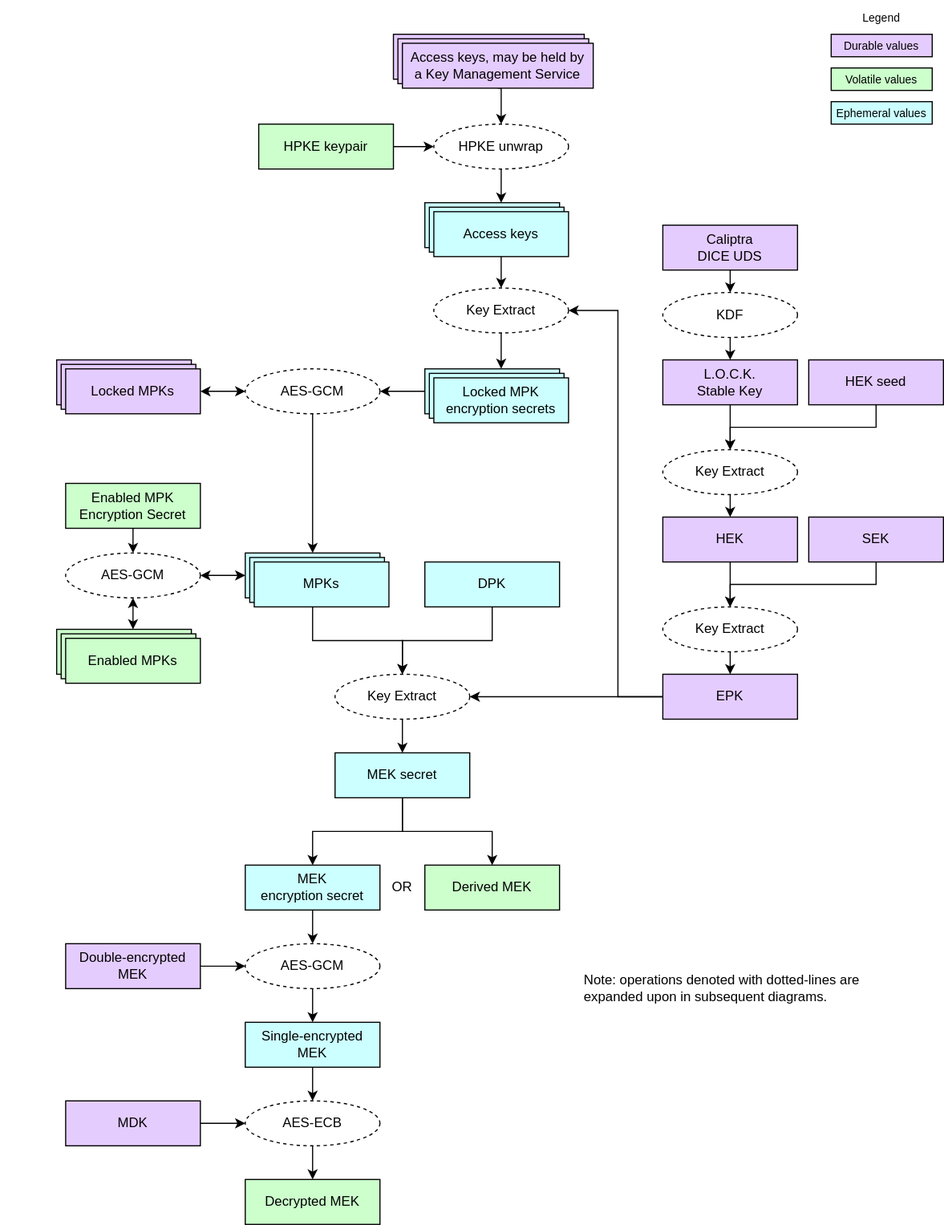
Before: doc/ocp_lock/diagrams/key_hierarchy.drawio.svg, a diagram exported from draw.io (chipsalliance/Caliptra). Source tidied: cells renumbered, new cells last; positions are measured from the earlier drawing's top-left corner, leaving out a move shared by most shapes.
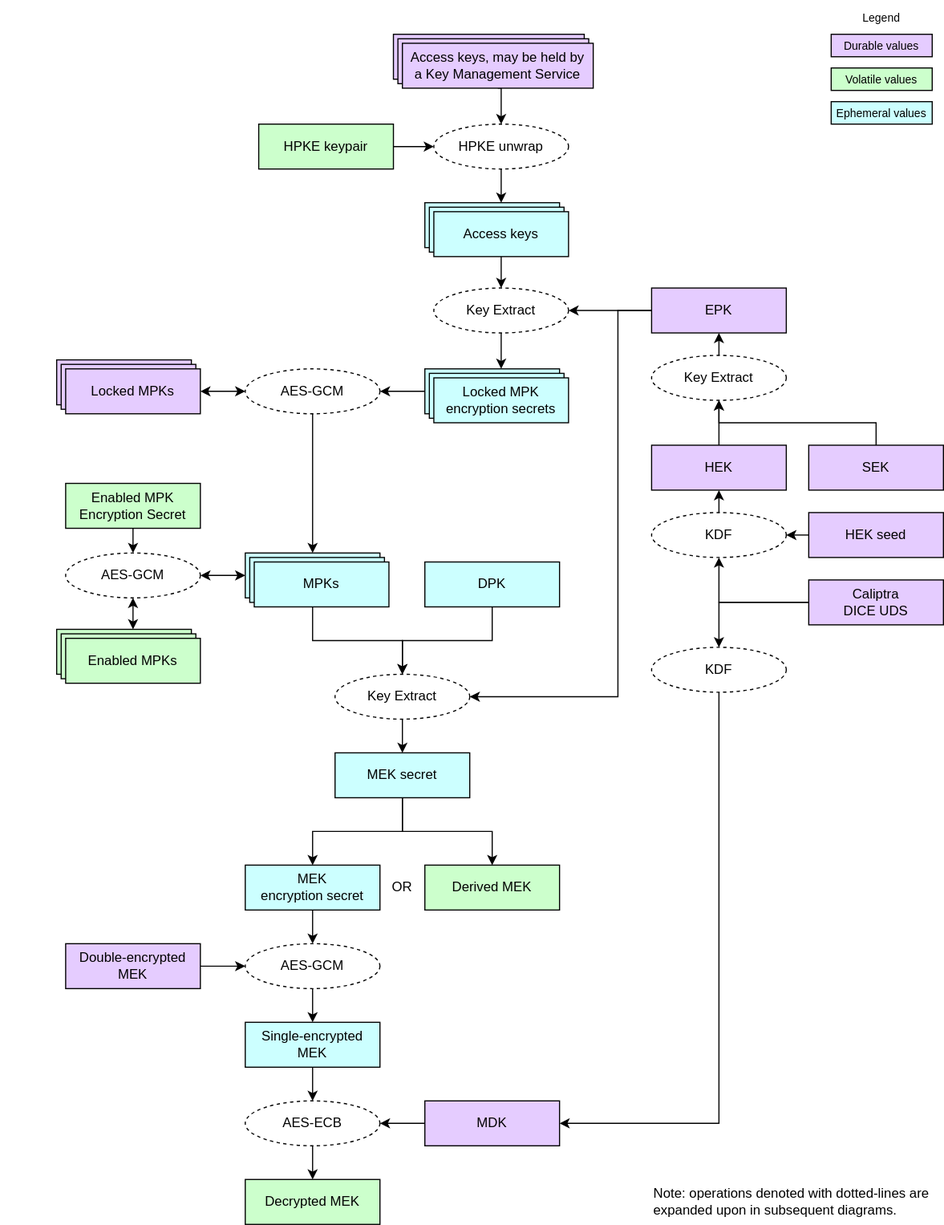
Later version of the same file.

Commit message:
Fix key hierarchy diagram to align with latest changes. (#473)

The edit, as a diff of the source:
```diff
@@ -14,11 +14,11 @@
     <mxCell id="5" value="&lt;div&gt;&lt;font color=&quot;#000000&quot;&gt;Access keys, may be held by Key Management Service&lt;/font&gt;&lt;/div&gt;" style="rounded=0;whiteSpace=wrap;html=1;align=center;verticalAlign=middle;shadow=0;glass=0;spacingLeft=0;spacingBottom=0;spacingTop=0;fillColor=#E5CCFF;" parent="1" vertex="1">
       <mxGeometry x="354" y="34" width="170" height="40" as="geometry" />
     </mxCell>
-    <mxCell id="6" style="edgeStyle=orthogonalEdgeStyle;html=1;exitX=0.5;exitY=1;exitDx=0;exitDy=0;entryX=0.5;entryY=0;entryDx=0;entryDy=0;rounded=0;" parent="1" edge="1" source="7" target="66">
-      <mxGeometry relative="1" as="geometry" />
-    </mxCell>
+    <mxCell id="85" style="edgeStyle=orthogonalEdgeStyle;html=1;exitX=0.5;exitY=0;exitDx=0;exitDy=0;entryX=0.5;entryY=1;entryDx=0;entryDy=0;rounded=0;" parent="1" edge="1" source="7" target="95">
+      <mxGeometry relative="1" as="geometry" />
+    </mxCell>
     <mxCell id="7" value="SEK" style="rounded=0;whiteSpace=wrap;html=1;align=center;verticalAlign=middle;shadow=0;glass=0;spacingLeft=0;spacingBottom=0;spacingTop=0;fillColor=#E5CCFF;" parent="1" vertex="1">
-      <mxGeometry x="720" y="460" width="120" height="40" as="geometry" />
+      <mxGeometry x="720" y="396" width="120" height="40" as="geometry" />
     </mxCell>
     <mxCell id="8" style="rounded=0;whiteSpace=wrap;html=1;align=center;verticalAlign=middle;shadow=0;glass=0;spacingLeft=0;spacingBottom=0;spacingTop=0;fillColor=#CCFFFF;" parent="1" vertex="1">
       <mxGeometry x="382" y="332" width="120" height="40" as="geometry" />
@@ -116,7 +116,7 @@
       <mxGeometry x="386" y="336" width="120" height="40" as="geometry" />
     </mxCell>
     <mxCell id="37" value="&lt;div&gt;&lt;span style=&quot;color: rgb(0, 0, 0);&quot;&gt;Note: operations denoted with dotted-lines are expanded upon in subsequent diagrams.&lt;/span&gt;&lt;span style=&quot;background-color: transparent;&quot;&gt;&lt;/span&gt;&lt;/div&gt;" style="text;strokeColor=none;align=left;fillColor=none;html=1;verticalAlign=middle;whiteSpace=wrap;rounded=0;" parent="1" vertex="1">
-      <mxGeometry x="518" y="860" width="260" height="40" as="geometry" />
+      <mxGeometry x="580" y="1050" width="260" height="40" as="geometry" />
     </mxCell>
     <mxCell id="38" value="&lt;div&gt;&lt;font color=&quot;#000000&quot;&gt;Derived MEK&lt;/font&gt;&lt;/div&gt;" style="rounded=0;whiteSpace=wrap;html=1;align=center;verticalAlign=middle;shadow=0;glass=0;spacingLeft=0;spacingBottom=0;spacingTop=0;fillColor=#CCFFCC;" parent="1" vertex="1">
       <mxGeometry x="378" y="770" width="120" height="40" as="geometry" />
@@ -139,12 +139,6 @@
     <mxCell id="44" style="endArrow=classic;html=1;exitX=0.5;exitY=1;exitDx=0;exitDy=0;entryX=0.5;entryY=0;entryDx=0;entryDy=0;endSize=6;startSize=6;" parent="1" edge="1" source="43" target="41">
       <mxGeometry relative="1" as="geometry" />
     </mxCell>
-    <mxCell id="45" style="edgeStyle=orthogonalEdgeStyle;html=1;exitX=0.5;exitY=1;exitDx=0;exitDy=0;entryX=0.5;entryY=0;entryDx=0;entryDy=0;rounded=0;" parent="1" edge="1" source="46" target="66">
-      <mxGeometry relative="1" as="geometry" />
-    </mxCell>
-    <mxCell id="46" value="&lt;div&gt;&lt;font color=&quot;#000000&quot;&gt;HEK&lt;/font&gt;&lt;/div&gt;" style="rounded=0;whiteSpace=wrap;html=1;align=center;verticalAlign=middle;shadow=0;glass=0;spacingLeft=0;spacingBottom=0;spacingTop=0;fillColor=#E5CCFF;" parent="1" vertex="1">
-      <mxGeometry x="590" y="460" width="120" height="40" as="geometry" />
-    </mxCell>
     <mxCell id="47" style="edgeStyle=none;html=1;exitX=1;exitY=0.5;exitDx=0;exitDy=0;entryX=0;entryY=0.5;entryDx=0;entryDy=0;" parent="1" edge="1" source="48" target="43">
       <mxGeometry relative="1" as="geometry" />
     </mxCell>
@@ -195,26 +189,25 @@
     <mxCell id="61" style="rounded=0;whiteSpace=wrap;html=1;align=center;verticalAlign=middle;shadow=0;glass=0;spacingLeft=0;spacingBottom=0;spacingTop=0;fillColor=#FFFFFF;fontSize=10;strokeColor=#FFFFFF;" parent="1" vertex="1">
       <mxGeometry width="90" height="20" as="geometry" />
     </mxCell>
-    <mxCell id="62" style="edgeStyle=none;html=1;exitX=0;exitY=0.5;exitDx=0;exitDy=0;entryX=1;entryY=0.5;entryDx=0;entryDy=0;" parent="1" edge="1" source="64" target="29">
-      <mxGeometry relative="1" as="geometry" />
+    <mxCell id="62" style="edgeStyle=orthogonalEdgeStyle;html=1;exitX=0;exitY=0.5;exitDx=0;exitDy=0;entryX=1;entryY=0.5;entryDx=0;entryDy=0;rounded=0;" parent="1" edge="1" source="64" target="29">
+      <mxGeometry relative="1" as="geometry">
+        <Array as="points">
+          <mxPoint x="550" y="276" />
+          <mxPoint x="550" y="620" />
+        </Array>
+      </mxGeometry>
     </mxCell>
     <mxCell id="63" style="edgeStyle=orthogonalEdgeStyle;html=1;exitX=0;exitY=0.5;exitDx=0;exitDy=0;entryX=1;entryY=0.5;entryDx=0;entryDy=0;rounded=0;" parent="1" edge="1" source="64" target="10">
       <mxGeometry relative="1" as="geometry">
         <Array as="points">
-          <mxPoint x="550" y="620" />
-          <mxPoint x="550" y="276" />
+          <mxPoint x="560" y="276" />
+          <mxPoint x="560" y="276" />
         </Array>
       </mxGeometry>
     </mxCell>
     <mxCell id="64" value="&lt;div&gt;&lt;font color=&quot;#000000&quot;&gt;EPK&lt;/font&gt;&lt;/div&gt;" style="rounded=0;whiteSpace=wrap;html=1;align=center;verticalAlign=middle;shadow=0;glass=0;spacingLeft=0;spacingBottom=0;spacingTop=0;fillColor=#E5CCFF;" parent="1" vertex="1">
-      <mxGeometry x="590" y="600" width="120" height="40" as="geometry" />
+      <mxGeometry x="580" y="256" width="120" height="40" as="geometry" />
     </mxCell>
-    <mxCell id="65" style="edgeStyle=none;html=1;exitX=0.5;exitY=1;exitDx=0;exitDy=0;entryX=0.5;entryY=0;entryDx=0;entryDy=0;" parent="1" edge="1" source="66" target="64">
-      <mxGeometry relative="1" as="geometry" />
-    </mxCell>
-    <mxCell id="66" value="&lt;span style=&quot;color: rgb(0, 0, 0);&quot;&gt;Key Extract&lt;/span&gt;" style="ellipse;whiteSpace=wrap;html=1;fillColor=#FFFFFF;dashed=1;" parent="1" vertex="1">
-      <mxGeometry x="590" y="540" width="120" height="40" as="geometry" />
-    </mxCell>
     <mxCell id="67" style="edgeStyle=orthogonalEdgeStyle;html=1;exitX=0.5;exitY=1;exitDx=0;exitDy=0;entryX=0.5;entryY=0;entryDx=0;entryDy=0;rounded=0;" parent="1" edge="1" source="69" target="32">
       <mxGeometry relative="1" as="geometry" />
     </mxCell>
@@ -224,41 +217,11 @@
     <mxCell id="69" value="&lt;div&gt;&lt;font color=&quot;#000000&quot;&gt;MEK&amp;nbsp;&lt;/font&gt;&lt;span style=&quot;background-color: transparent;&quot;&gt;secret&lt;/span&gt;&lt;/div&gt;" style="rounded=0;whiteSpace=wrap;html=1;align=center;verticalAlign=middle;shadow=0;glass=0;spacingLeft=0;spacingBottom=0;spacingTop=0;fillColor=#CCFFFF;" parent="1" vertex="1">
       <mxGeometry x="298" y="670" width="120" height="40" as="geometry" />
     </mxCell>
-    <mxCell id="70" style="edgeStyle=orthogonalEdgeStyle;html=1;exitX=0.5;exitY=1;exitDx=0;exitDy=0;entryX=0.5;entryY=0;entryDx=0;entryDy=0;rounded=0;" parent="1" edge="1" source="71" target="75">
-      <mxGeometry relative="1" as="geometry" />
-    </mxCell>
-    <mxCell id="71" value="&lt;div&gt;L.O.C.K.&lt;/div&gt;&lt;div&gt;Stable Key&lt;/div&gt;" style="rounded=0;whiteSpace=wrap;html=1;align=center;verticalAlign=middle;shadow=0;glass=0;spacingLeft=0;spacingBottom=0;spacingTop=0;fillColor=#E5CCFF;" parent="1" vertex="1">
-      <mxGeometry x="590" y="320" width="120" height="40" as="geometry" />
-    </mxCell>
-    <mxCell id="72" style="edgeStyle=orthogonalEdgeStyle;html=1;exitX=0.5;exitY=1;exitDx=0;exitDy=0;entryX=0.5;entryY=0;entryDx=0;entryDy=0;rounded=0;" parent="1" edge="1" source="73" target="75">
-      <mxGeometry relative="1" as="geometry" />
-    </mxCell>
-    <mxCell id="73" value="&lt;span style=&quot;color: rgb(0, 0, 0);&quot;&gt;&lt;span style=&quot;color: rgb(0, 0, 0);&quot;&gt;HEK seed&lt;/span&gt;&lt;/span&gt;" style="rounded=0;whiteSpace=wrap;html=1;align=center;verticalAlign=middle;shadow=0;glass=0;spacingLeft=0;spacingBottom=0;spacingTop=0;fillColor=#E5CCFF;" parent="1" vertex="1">
-      <mxGeometry x="720" y="320" width="120" height="40" as="geometry" />
-    </mxCell>
-    <mxCell id="74" style="edgeStyle=none;html=1;exitX=0.5;exitY=1;exitDx=0;exitDy=0;entryX=0.5;entryY=0;entryDx=0;entryDy=0;" parent="1" edge="1" source="75" target="46">
-      <mxGeometry relative="1" as="geometry" />
-    </mxCell>
-    <mxCell id="75" value="&lt;span style=&quot;color: rgb(0, 0, 0);&quot;&gt;Key Extract&lt;/span&gt;" style="ellipse;whiteSpace=wrap;html=1;fillColor=#FFFFFF;dashed=1;" parent="1" vertex="1">
-      <mxGeometry x="590" y="400" width="120" height="40" as="geometry" />
-    </mxCell>
-    <mxCell id="76" style="edgeStyle=orthogonalEdgeStyle;html=1;exitX=0.5;exitY=1;exitDx=0;exitDy=0;entryX=0.5;entryY=0;entryDx=0;entryDy=0;rounded=0;" parent="1" edge="1" source="77" target="79">
-      <mxGeometry relative="1" as="geometry" />
-    </mxCell>
-    <mxCell id="77" value="&lt;div&gt;&lt;font color=&quot;#000000&quot;&gt;Caliptra&lt;/font&gt;&lt;/div&gt;&lt;div&gt;&lt;font color=&quot;#000000&quot;&gt;DICE UDS&lt;/font&gt;&lt;/div&gt;" style="rounded=0;whiteSpace=wrap;html=1;align=center;verticalAlign=middle;shadow=0;glass=0;spacingLeft=0;spacingBottom=0;spacingTop=0;fillColor=#E5CCFF;" parent="1" vertex="1">
-      <mxGeometry x="590" y="200" width="120" height="40" as="geometry" />
-    </mxCell>
-    <mxCell id="78" style="edgeStyle=none;html=1;exitX=0.5;exitY=1;exitDx=0;exitDy=0;entryX=0.5;entryY=0;entryDx=0;entryDy=0;" parent="1" edge="1" source="79" target="71">
-      <mxGeometry relative="1" as="geometry" />
-    </mxCell>
-    <mxCell id="79" value="KDF" style="ellipse;whiteSpace=wrap;html=1;fillColor=#FFFFFF;dashed=1;" parent="1" vertex="1">
-      <mxGeometry x="590" y="260" width="120" height="40" as="geometry" />
-    </mxCell>
-    <mxCell id="80" style="edgeStyle=none;html=1;exitX=1;exitY=0.5;exitDx=0;exitDy=0;entryX=0;entryY=0.5;entryDx=0;entryDy=0;" parent="1" edge="1" source="81" target="83">
+    <mxCell id="80" style="edgeStyle=none;html=1;exitX=0;exitY=0.5;exitDx=0;exitDy=0;entryX=1;entryY=0.5;entryDx=0;entryDy=0;" parent="1" edge="1" source="81" target="83">
       <mxGeometry relative="1" as="geometry" />
     </mxCell>
     <mxCell id="81" value="MDK" style="rounded=0;whiteSpace=wrap;html=1;align=center;verticalAlign=middle;shadow=0;glass=0;spacingLeft=0;spacingBottom=0;spacingTop=0;fillColor=#E5CCFF;" parent="1" vertex="1">
-      <mxGeometry x="58" y="980" width="120" height="40" as="geometry" />
+      <mxGeometry x="378" y="980" width="120" height="40" as="geometry" />
     </mxCell>
     <mxCell id="82" style="edgeStyle=none;html=1;exitX=0.5;exitY=1;exitDx=0;exitDy=0;entryX=0.5;entryY=0;entryDx=0;entryDy=0;" parent="1" edge="1" source="83" target="84">
       <mxGeometry relative="1" as="geometry" />
@@ -269,5 +232,44 @@
     <mxCell id="84" value="Decrypted&amp;nbsp;&lt;span style=&quot;background-color: transparent;&quot;&gt;MEK&lt;/span&gt;" style="rounded=0;whiteSpace=wrap;html=1;align=center;verticalAlign=middle;shadow=0;glass=0;spacingLeft=0;spacingBottom=0;spacingTop=0;fillColor=#CCFFCC;" parent="1" vertex="1">
       <mxGeometry x="218" y="1050" width="120" height="40" as="geometry" />
     </mxCell>
+    <mxCell id="86" style="edgeStyle=orthogonalEdgeStyle;html=1;exitX=0;exitY=0.5;exitDx=0;exitDy=0;entryX=0.5;entryY=0;entryDx=0;entryDy=0;rounded=0;" parent="1" edge="1" source="77" target="91">
+      <mxGeometry relative="1" as="geometry" />
+    </mxCell>
+    <mxCell id="87" style="edgeStyle=orthogonalEdgeStyle;html=1;exitX=0;exitY=0.5;exitDx=0;exitDy=0;entryX=0.5;entryY=1;entryDx=0;entryDy=0;rounded=0;" parent="1" edge="1" source="77" target="89">
+      <mxGeometry relative="1" as="geometry" />
+    </mxCell>
+    <mxCell id="77" value="&lt;div&gt;&lt;font color=&quot;#000000&quot;&gt;Caliptra&lt;/font&gt;&lt;/div&gt;&lt;div&gt;&lt;font color=&quot;#000000&quot;&gt;DICE UDS&lt;/font&gt;&lt;/div&gt;" style="rounded=0;whiteSpace=wrap;html=1;align=center;verticalAlign=middle;shadow=0;glass=0;spacingLeft=0;spacingBottom=0;spacingTop=0;fillColor=#E5CCFF;" parent="1" vertex="1">
+      <mxGeometry x="720" y="516" width="120" height="40" as="geometry" />
+    </mxCell>
+    <mxCell id="88" style="edgeStyle=none;html=1;exitX=0.5;exitY=0;exitDx=0;exitDy=0;entryX=0.5;entryY=1;entryDx=0;entryDy=0;" parent="1" edge="1" source="89" target="46">
+      <mxGeometry relative="1" as="geometry" />
+    </mxCell>
+    <mxCell id="89" value="KDF" style="ellipse;whiteSpace=wrap;html=1;fillColor=#FFFFFF;dashed=1;" parent="1" vertex="1">
+      <mxGeometry x="580" y="456" width="120" height="40" as="geometry" />
+    </mxCell>
+    <mxCell id="90" style="edgeStyle=orthogonalEdgeStyle;html=1;exitX=0.5;exitY=1;exitDx=0;exitDy=0;entryX=1;entryY=0.5;entryDx=0;entryDy=0;rounded=0;" parent="1" edge="1" source="91" target="81">
+      <mxGeometry relative="1" as="geometry" />
+    </mxCell>
+    <mxCell id="91" value="KDF" style="ellipse;whiteSpace=wrap;html=1;fillColor=#FFFFFF;dashed=1;" parent="1" vertex="1">
+      <mxGeometry x="580" y="576" width="120" height="40" as="geometry" />
+    </mxCell>
+    <mxCell id="92" style="edgeStyle=orthogonalEdgeStyle;html=1;exitX=0;exitY=0.5;exitDx=0;exitDy=0;entryX=1;entryY=0.5;entryDx=0;entryDy=0;rounded=0;" parent="1" edge="1" source="73" target="89">
+      <mxGeometry relative="1" as="geometry" />
+    </mxCell>
+    <mxCell id="73" value="&lt;span style=&quot;color: rgb(0, 0, 0);&quot;&gt;&lt;span style=&quot;color: rgb(0, 0, 0);&quot;&gt;HEK seed&lt;/span&gt;&lt;/span&gt;" style="rounded=0;whiteSpace=wrap;html=1;align=center;verticalAlign=middle;shadow=0;glass=0;spacingLeft=0;spacingBottom=0;spacingTop=0;fillColor=#E5CCFF;" parent="1" vertex="1">
+      <mxGeometry x="720" y="456" width="120" height="40" as="geometry" />
+    </mxCell>
+    <mxCell id="93" style="edgeStyle=none;html=1;exitX=0.5;exitY=0;exitDx=0;exitDy=0;entryX=0.5;entryY=1;entryDx=0;entryDy=0;" parent="1" edge="1" source="46" target="95">
+      <mxGeometry relative="1" as="geometry" />
+    </mxCell>
+    <mxCell id="46" value="&lt;div&gt;&lt;font color=&quot;#000000&quot;&gt;HEK&lt;/font&gt;&lt;/div&gt;" style="rounded=0;whiteSpace=wrap;html=1;align=center;verticalAlign=middle;shadow=0;glass=0;spacingLeft=0;spacingBottom=0;spacingTop=0;fillColor=#E5CCFF;" parent="1" vertex="1">
+      <mxGeometry x="580" y="396" width="120" height="40" as="geometry" />
+    </mxCell>
+    <mxCell id="94" style="edgeStyle=none;html=1;exitX=0.5;exitY=0;exitDx=0;exitDy=0;entryX=0.5;entryY=1;entryDx=0;entryDy=0;" parent="1" edge="1" source="95" target="64">
+      <mxGeometry relative="1" as="geometry" />
+    </mxCell>
+    <mxCell id="95" value="&lt;span style=&quot;color: rgb(0, 0, 0);&quot;&gt;Key Extract&lt;/span&gt;" style="ellipse;whiteSpace=wrap;html=1;fillColor=#FFFFFF;dashed=1;" parent="1" vertex="1">
+      <mxGeometry x="580" y="316" width="120" height="40" as="geometry" />
+    </mxCell>
   </root>
 </mxGraphModel>
```
